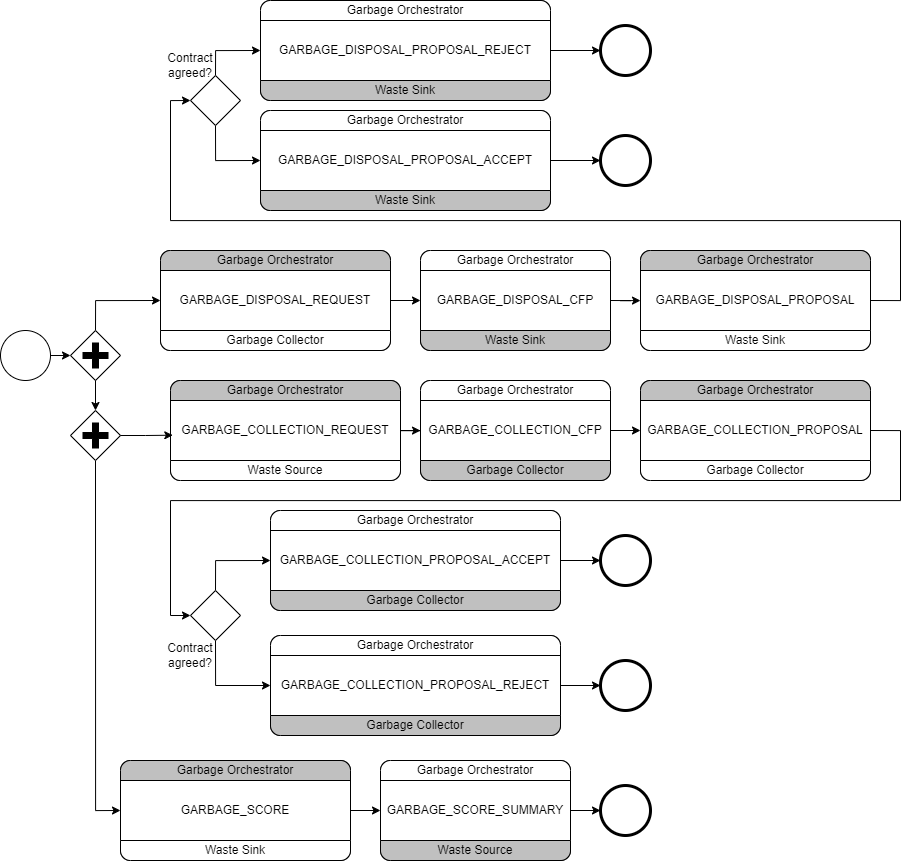
Above: diagrams/Choreografia.drawio.png in SwirtaB/AASD_CityWasteAgentSystem (draw.io), before the change. Source tidied: cells renumbered, new cells last; positions are measured from the earlier drawing's top-left corner, leaving out a move shared by most shapes.
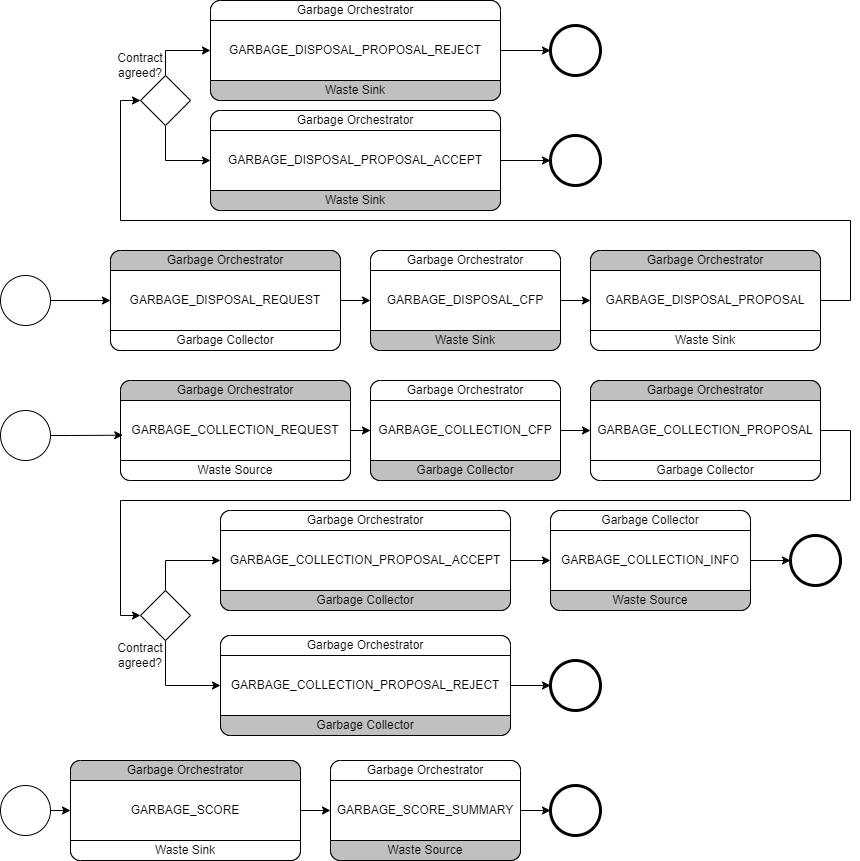
After the change.

What changed in the source:
```diff
@@ -63,6 +63,9 @@
     <mxCell id="19" style="points=[[0.25,0.25,0],[0.5,0,0],[0.75,0.25,0],[1,0.5,0],[0.75,0.75,0],[0.5,1,0],[0.25,0.75,0],[0,0.5,0]];shape=mxgraph.bpmn.gateway2;html=1;verticalLabelPosition=bottom;labelBackgroundColor=#ffffff;verticalAlign=top;align=center;perimeter=rhombusPerimeter;outlineConnect=0;outline=none;symbol=none;" parent="1" vertex="1">
       <mxGeometry x="190" y="590" width="50" height="50" as="geometry" />
     </mxCell>
+    <mxCell id="83" style="edgeStyle=orthogonalEdgeStyle;rounded=0;jettySize=auto;html=1;exitX=1;exitY=0.5;exitDx=0;exitDy=0;entryX=0;entryY=0.5;entryDx=0;entryDy=0;" parent="1" edge="1" source="20" target="87">
+      <mxGeometry relative="1" as="geometry" />
+    </mxCell>
     <mxCell id="20" style="rounded=1;whiteSpace=wrap;html=1;absoluteArcSize=1;arcSize=20;horizontal=1;" parent="1" vertex="1">
       <mxGeometry x="270" y="510" width="290" height="100" as="geometry" />
     </mxCell>
@@ -88,11 +91,8 @@
       <mxGeometry y="80" width="290" height="20" as="geometry" />
     </mxCell>
     <mxCell id="28" style="points=[[0.145,0.145,0],[0.5,0,0],[0.855,0.145,0],[1,0.5,0],[0.855,0.855,0],[0.5,1,0],[0.145,0.855,0],[0,0.5,0]];shape=mxgraph.bpmn.event;html=1;verticalLabelPosition=bottom;labelBackgroundColor=#ffffff;verticalAlign=top;align=center;perimeter=ellipsePerimeter;outlineConnect=0;outline=end;symbol=terminate2;" parent="1" vertex="1">
-      <mxGeometry x="600" y="535" width="50" height="50" as="geometry" />
+      <mxGeometry x="840" y="535" width="50" height="50" as="geometry" />
     </mxCell>
-    <mxCell id="29" style="edgeStyle=orthogonalEdgeStyle;rounded=0;jettySize=auto;html=1;exitX=1;exitY=0.5;exitDx=0;exitDy=0;entryX=0;entryY=0.5;entryDx=0;entryDy=0;entryPerimeter=0;" parent="1" edge="1" source="20" target="28">
-      <mxGeometry relative="1" as="geometry" />
-    </mxCell>
     <mxCell id="30" style="edgeStyle=orthogonalEdgeStyle;rounded=0;jettySize=auto;html=1;exitX=1;exitY=0.5;exitDx=0;exitDy=0;entryX=0;entryY=0.5;entryDx=0;entryDy=0;entryPerimeter=0;" parent="1" edge="1" source="24" target="31">
       <mxGeometry relative="1" as="geometry" />
     </mxCell>
@@ -100,17 +100,11 @@
       <mxGeometry x="600" y="660" width="50" height="50" as="geometry" />
     </mxCell>
     <mxCell id="32" style="points=[[0.145,0.145,0],[0.5,0,0],[0.855,0.145,0],[1,0.5,0],[0.855,0.855,0],[0.5,1,0],[0.145,0.855,0],[0,0.5,0]];shape=mxgraph.bpmn.event;html=1;verticalLabelPosition=bottom;labelBackgroundColor=#ffffff;verticalAlign=top;align=center;perimeter=ellipsePerimeter;outlineConnect=0;outline=standard;symbol=general;" parent="1" vertex="1">
-      <mxGeometry y="330" width="50" height="50" as="geometry" />
+      <mxGeometry x="50" y="275" width="50" height="50" as="geometry" />
     </mxCell>
-    <mxCell id="33" style="edgeStyle=orthogonalEdgeStyle;rounded=0;jettySize=auto;html=1;exitX=0.5;exitY=0;exitDx=0;exitDy=0;exitPerimeter=0;entryX=0;entryY=0.5;entryDx=0;entryDy=0;" parent="1" edge="1" source="34" target="37">
+    <mxCell id="33" style="edgeStyle=orthogonalEdgeStyle;rounded=0;jettySize=auto;html=1;exitX=1;exitY=0.5;exitDx=0;exitDy=0;exitPerimeter=0;entryX=0;entryY=0.5;entryDx=0;entryDy=0;" parent="1" edge="1" source="32" target="37">
       <mxGeometry relative="1" as="geometry" />
     </mxCell>
-    <mxCell id="34" style="points=[[0.25,0.25,0],[0.5,0,0],[0.75,0.25,0],[1,0.5,0],[0.75,0.75,0],[0.5,1,0],[0.25,0.75,0],[0,0.5,0]];shape=mxgraph.bpmn.gateway2;html=1;verticalLabelPosition=bottom;labelBackgroundColor=#ffffff;verticalAlign=top;align=center;perimeter=rhombusPerimeter;outlineConnect=0;outline=none;symbol=none;gwType=parallel;" parent="1" vertex="1">
-      <mxGeometry x="70" y="330" width="50" height="50" as="geometry" />
-    </mxCell>
-    <mxCell id="35" style="edgeStyle=orthogonalEdgeStyle;rounded=0;jettySize=auto;html=1;exitX=1;exitY=0.5;exitDx=0;exitDy=0;exitPerimeter=0;entryX=0;entryY=0.5;entryDx=0;entryDy=0;entryPerimeter=0;" parent="1" edge="1" source="32" target="34">
-      <mxGeometry relative="1" as="geometry" />
-    </mxCell>
     <mxCell id="36" style="edgeStyle=orthogonalEdgeStyle;rounded=0;jettySize=auto;html=1;exitX=1;exitY=0.5;exitDx=0;exitDy=0;entryX=0;entryY=0.5;entryDx=0;entryDy=0;" parent="1" edge="1" source="37" target="42">
       <mxGeometry relative="1" as="geometry" />
     </mxCell>
@@ -208,17 +202,12 @@
     <mxCell id="65" style="edgeStyle=orthogonalEdgeStyle;rounded=0;jettySize=auto;html=1;exitX=1;exitY=0.5;exitDx=0;exitDy=0;entryX=0;entryY=0.5;entryDx=0;entryDy=0;entryPerimeter=0;" parent="1" edge="1" source="53" target="62">
       <mxGeometry relative="1" as="geometry" />
     </mxCell>
-    <mxCell id="66" style="edgeStyle=orthogonalEdgeStyle;rounded=0;jettySize=auto;html=1;exitX=0.5;exitY=1;exitDx=0;exitDy=0;exitPerimeter=0;entryX=0;entryY=0.5;entryDx=0;entryDy=0;" parent="1" edge="1" source="67" target="71">
-      <mxGeometry relative="1" as="geometry" />
-    </mxCell>
-    <mxCell id="67" style="points=[[0.25,0.25,0],[0.5,0,0],[0.75,0.25,0],[1,0.5,0],[0.75,0.75,0],[0.5,1,0],[0.25,0.75,0],[0,0.5,0]];shape=mxgraph.bpmn.gateway2;html=1;verticalLabelPosition=bottom;labelBackgroundColor=#ffffff;verticalAlign=top;align=center;perimeter=rhombusPerimeter;outlineConnect=0;outline=none;symbol=none;gwType=parallel;" parent="1" vertex="1">
-      <mxGeometry x="70" y="410" width="50" height="50" as="geometry" />
-    </mxCell>
-    <mxCell id="68" style="edgeStyle=orthogonalEdgeStyle;rounded=0;jettySize=auto;html=1;exitX=0.5;exitY=1;exitDx=0;exitDy=0;exitPerimeter=0;entryX=0.5;entryY=0;entryDx=0;entryDy=0;entryPerimeter=0;" parent="1" edge="1" source="34" target="67">
-      <mxGeometry relative="1" as="geometry" />
-    </mxCell>
-    <mxCell id="69" style="edgeStyle=orthogonalEdgeStyle;rounded=0;jettySize=auto;html=1;exitX=1;exitY=0.5;exitDx=0;exitDy=0;exitPerimeter=0;entryX=0.01;entryY=0.547;entryDx=0;entryDy=0;entryPerimeter=0;" parent="1" edge="1" source="67" target="8">
-      <mxGeometry relative="1" as="geometry" />
+    <mxCell id="69" style="edgeStyle=orthogonalEdgeStyle;rounded=0;jettySize=auto;html=1;exitX=1;exitY=0.5;exitDx=0;exitDy=0;exitPerimeter=0;entryX=0.01;entryY=0.547;entryDx=0;entryDy=0;entryPerimeter=0;" parent="1" edge="1" source="84" target="8">
+      <mxGeometry relative="1" as="geometry">
+        <Array as="points">
+          <mxPoint x="120" y="435" />
+        </Array>
+      </mxGeometry>
     </mxCell>
     <mxCell id="70" style="edgeStyle=orthogonalEdgeStyle;rounded=0;jettySize=auto;html=1;exitX=1;exitY=0.5;exitDx=0;exitDy=0;entryX=0;entryY=0.5;entryDx=0;entryDy=0;" parent="1" edge="1" source="71" target="75">
       <mxGeometry relative="1" as="geometry" />
@@ -259,5 +248,33 @@
     <mxCell id="82" value="Contract agreed?" style="text;html=1;strokeColor=none;fillColor=none;align=center;verticalAlign=middle;whiteSpace=wrap;rounded=0;" parent="1" vertex="1">
       <mxGeometry x="160" y="50" width="60" height="30" as="geometry" />
     </mxCell>
+    <mxCell id="84" style="points=[[0.145,0.145,0],[0.5,0,0],[0.855,0.145,0],[1,0.5,0],[0.855,0.855,0],[0.5,1,0],[0.145,0.855,0],[0,0.5,0]];shape=mxgraph.bpmn.event;html=1;verticalLabelPosition=bottom;labelBackgroundColor=#ffffff;verticalAlign=top;align=center;perimeter=ellipsePerimeter;outlineConnect=0;outline=standard;symbol=general;" parent="1" vertex="1">
+      <mxGeometry x="50" y="410" width="50" height="50" as="geometry" />
+    </mxCell>
+    <mxCell id="85" style="edgeStyle=orthogonalEdgeStyle;rounded=0;jettySize=auto;html=1;exitX=1;exitY=0.5;exitDx=0;exitDy=0;exitPerimeter=0;" parent="1" edge="1" source="86" target="71">
+      <mxGeometry relative="1" as="geometry">
+        <Array as="points">
+          <mxPoint x="100" y="810" />
+        </Array>
+      </mxGeometry>
+    </mxCell>
+    <mxCell id="86" style="points=[[0.145,0.145,0],[0.5,0,0],[0.855,0.145,0],[1,0.5,0],[0.855,0.855,0],[0.5,1,0],[0.145,0.855,0],[0,0.5,0]];shape=mxgraph.bpmn.event;html=1;verticalLabelPosition=bottom;labelBackgroundColor=#ffffff;verticalAlign=top;align=center;perimeter=ellipsePerimeter;outlineConnect=0;outline=standard;symbol=general;" parent="1" vertex="1">
+      <mxGeometry x="50" y="785" width="50" height="50" as="geometry" />
+    </mxCell>
+    <mxCell id="87" style="rounded=1;whiteSpace=wrap;html=1;absoluteArcSize=1;arcSize=20;horizontal=1;" parent="1" vertex="1">
+      <mxGeometry x="600" y="510" width="200" height="100" as="geometry" />
+    </mxCell>
+    <mxCell id="88" value="Garbage Collector" style="whiteSpace=wrap;html=1;shape=mxgraph.basic.rect;size=10;rectStyle=rounded;bottomRightStyle=square;bottomLeftStyle=square;" parent="87" vertex="1">
+      <mxGeometry width="200" height="20" as="geometry" />
+    </mxCell>
+    <mxCell id="89" value="&lt;div style=&quot;text-align: left;&quot;&gt;&lt;font style=&quot;font-size: 12px;&quot;&gt;GARBAGE_COLLECTION_INFO&lt;/font&gt;&lt;/div&gt;&lt;span style=&quot;accent-color: auto; place-content: normal; place-items: normal; place-self: auto; alignment-baseline: auto; animation: 0s ease 0s 1 normal none running none; animation-composition: replace; app-region: none; appearance: none; aspect-ratio: auto; backdrop-filter: none; backface-visibility: visible; background: none 0% 0% / auto repeat scroll padding-box border-box rgba(0, 0, 0, 0); background-blend-mode: normal; baseline-shift: 0px; baseline-source: auto; border-image: none 100% / 1 / 0 stretch; border-color: rgb(0, 0, 0); border-collapse: separate; border-end-end-radius: 0px; border-end-start-radius: 0px; border-width: 0px; border-style: none; border-spacing: 0px; border-start-end-radius: 0px; border-start-start-radius: 0px; border-radius: 0px; inset: auto; box-shadow: none; box-sizing: content-box; break-after: auto; break-before: auto; break-inside: auto; buffered-rendering: auto; caption-side: top; caret-color: rgb(0, 0, 0); clear: none; clip: auto; clip-path: none; clip-rule: nonzero; color-interpolation: srgb; color-interpolation-filters: linearrgb; color-rendering: auto; color-scheme: normal; columns: auto; column-fill: balance; gap: normal; column-rule: 0px rgb(0, 0, 0); column-span: none; contain: none; contain-intrinsic-block-size: none; contain-intrinsic-size: none; contain-intrinsic-inline-size: none; container: none; content: normal; content-visibility: visible; counter-increment: none; counter-reset: none; counter-set: none; cursor: text; cx: 0px; cy: 0px; d: none; direction: ltr; display: inline; dominant-baseline: auto; empty-cells: show; fill: rgb(0, 0, 0); fill-opacity: 1; fill-rule: nonzero; filter: none; flex: 0 1 auto; flex-flow: row; float: none; flood-color: rgb(0, 0, 0); flood-opacity: 1; font-family: WordVisi_MSFontService, Consolas, Consolas_EmbeddedFont, Consolas_MSFontService, monospace; font-feature-settings: normal; font-kerning: none; font-optical-sizing: auto; font-palette: normal; font-size: 14.6667px; font-stretch: 100%; font-synthesis: weight style small-caps; font-variant-ligatures: no-common-ligatures no-discretionary-ligatures no-historical-ligatures no-contextual; font-variant-numeric: normal; font-variant-east-asian: normal; font-variant-alternates: normal; font-variant-position: normal; font-variation-settings: normal; font-weight: 700; forced-color-adjust: auto; grid-area: auto; grid: none; height: auto; hyphenate-character: auto; hyphenate-limit-chars: auto; hyphens: manual; image-orientation: from-image; image-rendering: auto; initial-letter: normal; inline-size: auto; inset-block: auto; inset-inline: auto; isolation: auto; lighting-color: rgb(255, 255, 255); line-break: auto; line-height: 18.3458px; list-style: outside none disc; margin: 0px; marker: none; mask: none; mask-type: luminance; math-depth: 0; math-shift: normal; math-style: normal; max-height: none; max-width: none; min-height: 0px; min-width: 0px; mix-blend-mode: normal; object-fit: fill; object-position: 50% 50%; object-view-box: none; offset: normal; opacity: 1; order: 0; outline: rgb(0, 0, 0) none 0px; outline-offset: 0px; overflow: visible; overflow-anchor: auto; overflow-clip-margin: 0px; overflow-wrap: break-word; overlay: none; overscroll-behavior-block: auto; overscroll-behavior-inline: auto; overscroll-behavior: auto; padding: 0px; page: auto; paint-order: normal; perspective: none; perspective-origin: 0px 0px; pointer-events: auto; position: static; quotes: auto; r: 0px; resize: none; rotate: none; ruby-position: over; rx: auto; ry: auto; scale: none; scroll-behavior: auto; scroll-margin-block: 0px; scroll-margin: 0px; scroll-margin-inline: 0px; scroll-padding-block: auto; scroll-padding: auto; scroll-padding-inline: auto; scroll-snap-align: none; scroll-snap-stop: normal; scroll-snap-type: none; scroll-timeline: none; scrollbar-gutter: auto; shape-image-threshold: 0; shape-margin: 0px; shape-outside: none; shape-rendering: auto; speak: normal; stop-color: rgb(0, 0, 0); stop-opacity: 1; stroke: none; stroke-dasharray: none; stroke-dashoffset: 0px; stroke-linecap: butt; stroke-linejoin: miter; stroke-miterlimit: 4; stroke-opacity: 1; stroke-width: 1px; tab-size: 8; table-layout: auto; text-align: left; text-align-last: auto; text-anchor: start; text-combine-upright: none; text-decoration-style: solid; text-decoration-color: rgb(0, 0, 0); text-decoration-skip-ink: auto; text-emphasis: none rgb(0, 0, 0); text-emphasis-position: over; text-orientation: mixed; text-overflow: clip; text-rendering: auto; text-shadow: none; text-size-adjust: auto; text-underline-offset: auto; text-underline-position: auto; timeline-scope: none; touch-action: auto; transform: none; transform-box: view-box; transform-origin: 0px 0px; transform-style: flat; transition: all 0s ease 0s; translate: none; unicode-bidi: normal; user-select: text; vector-effect: none; vertical-align: baseline; view-timeline: none; view-transition-name: none; visibility: visible; border-block-end: 0px none rgb(0, 0, 0); border-block-start: 0px none rgb(0, 0, 0); border-inline-end: 0px none rgb(0, 0, 0); -webkit-border-image: none; border-inline-start: 0px none rgb(0, 0, 0); -webkit-box-align: stretch; -webkit-box-decoration-break: slice; -webkit-box-direction: normal; -webkit-box-flex: 0; -webkit-box-ordinal-group: 1; -webkit-box-orient: horizontal; -webkit-box-pack: start; -webkit-font-smoothing: auto; -webkit-line-break: auto; -webkit-locale: &amp;quot;pl-PL&amp;quot;; block-size: auto; margin-block: 0px; margin-inline: 0px; -webkit-mask-box-image-source: none; -webkit-mask-box-image-slice: 0 fill; -webkit-mask-box-image-width: auto; -webkit-mask-box-image-outset: 0; -webkit-mask-box-image-repeat: stretch; -webkit-mask: none 0% 0% / auto repeat border-box border-box; -webkit-mask-composite: source-over; max-block-size: none; max-inline-size: none; min-block-size: 0px; min-inline-size: 0px; padding-block: 0px; padding-inline: 0px; -webkit-print-color-adjust: economy; -webkit-rtl-ordering: logical; -webkit-ruby-position: before; -webkit-tap-highlight-color: rgba(0, 0, 0, 0); -webkit-text-combine: none; -webkit-text-fill-color: rgb(0, 0, 0); -webkit-text-orientation: vertical-right; -webkit-text-security: none; -webkit-text-stroke-color: rgb(0, 0, 0); -webkit-user-drag: none; -webkit-user-modify: read-only; -webkit-writing-mode: horizontal-tb; width: auto; will-change: auto; word-break: normal; writing-mode: horizontal-tb; x: 0px; y: 0px; z-index: auto; zoom: 1;&quot; class=&quot;TextRun SCXW112546602 BCX0&quot; lang=&quot;PL-PL&quot; data-contrast=&quot;auto&quot;&gt;&lt;/span&gt;" style="shape=mxgraph.bpmn.task;taskMarker=abstract;whiteSpace=wrap;html=1;" parent="87" vertex="1">
+      <mxGeometry y="20" width="200" height="60" as="geometry" />
+    </mxCell>
+    <mxCell id="90" value="Waste Source" style="whiteSpace=wrap;html=1;shape=mxgraph.basic.rect;size=10;rectStyle=rounded;topRightStyle=square;topLeftStyle=square;fillColor=#C0C0C0;" parent="87" vertex="1">
+      <mxGeometry y="80" width="200" height="20" as="geometry" />
+    </mxCell>
+    <mxCell id="91" style="edgeStyle=orthogonalEdgeStyle;rounded=0;jettySize=auto;html=1;exitX=1;exitY=0.5;exitDx=0;exitDy=0;entryX=0;entryY=0.5;entryDx=0;entryDy=0;entryPerimeter=0;" parent="1" edge="1" source="87" target="28">
+      <mxGeometry relative="1" as="geometry" />
+    </mxCell>
   </root>
 </mxGraphModel>
```
